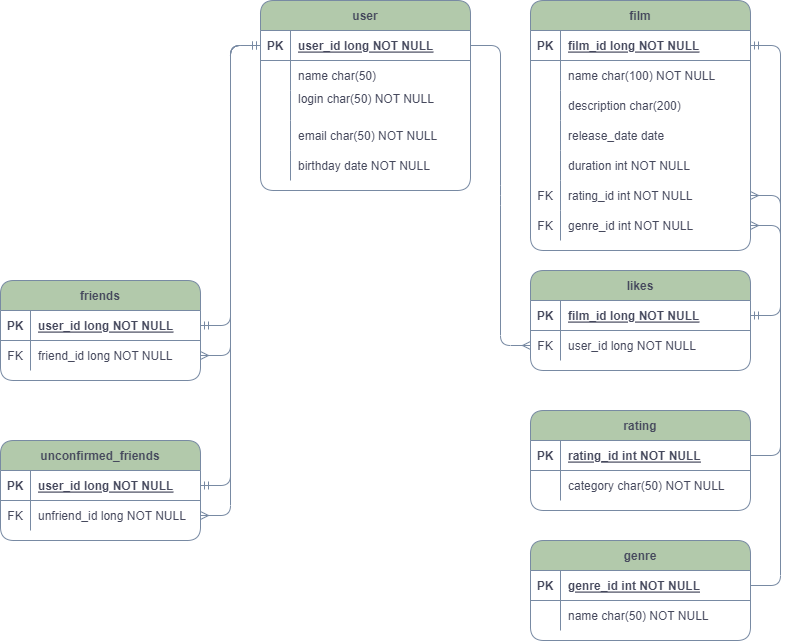
Sergeyvot/java-filmorate keeps this draw.io diagram as src/main/resources/ER_filmorate.png. Above is the earlier version. Source tidied: cells renumbered, new cells last; positions are measured from the earlier drawing's top-left corner, leaving out a move shared by most shapes.
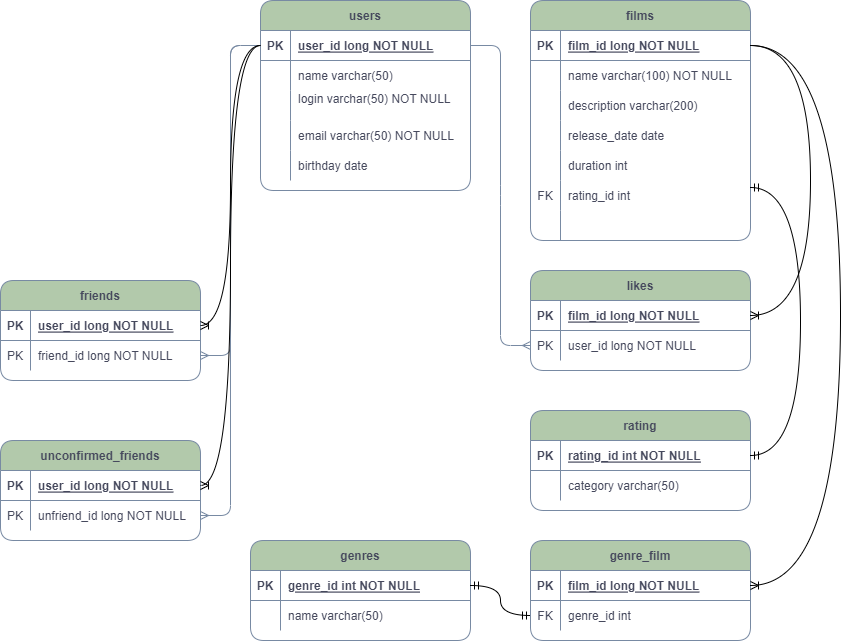
After the commit.

Commit message:
Доработаны рекомендации по пир-ревью

Change to the diagram source:
```diff
@@ -4,4 +4,4 @@
     <mxCell id="1" parent="0" />
-    <mxCell id="2" value="film" style="shape=table;startSize=30;rowLines=0;fontStyle=1;align=center;rounded=1;labelBackgroundColor=none;fillColor=#B2C9AB;strokeColor=#788AA3;fontColor=#46495D;" parent="1" vertex="1">
-      <mxGeometry x="530" width="220" height="250" as="geometry" />
+    <mxCell id="2" value="films" style="shape=table;startSize=30;rowLines=0;fontStyle=1;align=center;rounded=1;labelBackgroundColor=none;fillColor=#B2C9AB;strokeColor=#788AA3;fontColor=#46495D;" parent="1" vertex="1">
+      <mxGeometry x="530" width="220" height="240" as="geometry" />
     </mxCell>
@@ -22,3 +22,3 @@
     </mxCell>
-    <mxCell id="8" value="name char(100) NOT NULL" style="shape=partialRectangle;overflow=hidden;fillColor=none;top=0;left=0;bottom=0;right=0;align=left;spacingLeft=6;rounded=1;labelBackgroundColor=none;strokeColor=#788AA3;fontColor=#46495D;" parent="6" vertex="1">
+    <mxCell id="8" value="name varchar(100) NOT NULL" style="shape=partialRectangle;overflow=hidden;fillColor=none;top=0;left=0;bottom=0;right=0;align=left;spacingLeft=6;rounded=1;labelBackgroundColor=none;strokeColor=#788AA3;fontColor=#46495D;" parent="6" vertex="1">
       <mxGeometry x="30" width="190" height="30" as="geometry" />
@@ -31,3 +31,3 @@
     </mxCell>
-    <mxCell id="11" value="description char(200)" style="shape=partialRectangle;overflow=hidden;fillColor=none;top=0;left=0;bottom=0;right=0;align=left;spacingLeft=6;rounded=1;labelBackgroundColor=none;strokeColor=#788AA3;fontColor=#46495D;" parent="9" vertex="1">
+    <mxCell id="11" value="description varchar(200)" style="shape=partialRectangle;overflow=hidden;fillColor=none;top=0;left=0;bottom=0;right=0;align=left;spacingLeft=6;rounded=1;labelBackgroundColor=none;strokeColor=#788AA3;fontColor=#46495D;" parent="9" vertex="1">
       <mxGeometry x="30" width="190" height="30" as="geometry" />
@@ -49,3 +49,3 @@
     </mxCell>
-    <mxCell id="17" value="duration int NOT NULL" style="shape=partialRectangle;overflow=hidden;fillColor=none;top=0;left=0;bottom=0;right=0;align=left;spacingLeft=6;rounded=1;labelBackgroundColor=none;strokeColor=#788AA3;fontColor=#46495D;" parent="15" vertex="1">
+    <mxCell id="17" value="duration int" style="shape=partialRectangle;overflow=hidden;fillColor=none;top=0;left=0;bottom=0;right=0;align=left;spacingLeft=6;rounded=1;labelBackgroundColor=none;strokeColor=#788AA3;fontColor=#46495D;" parent="15" vertex="1">
       <mxGeometry x="30" width="190" height="30" as="geometry" />
@@ -58,3 +58,3 @@
     </mxCell>
-    <mxCell id="20" value="rating_id int NOT NULL" style="shape=partialRectangle;overflow=hidden;fillColor=none;top=0;left=0;bottom=0;right=0;align=left;spacingLeft=6;rounded=1;labelBackgroundColor=none;strokeColor=#788AA3;fontColor=#46495D;" parent="18" vertex="1">
+    <mxCell id="20" value="rating_id int " style="shape=partialRectangle;overflow=hidden;fillColor=none;top=0;left=0;bottom=0;right=0;align=left;spacingLeft=6;rounded=1;labelBackgroundColor=none;strokeColor=#788AA3;fontColor=#46495D;" parent="18" vertex="1">
       <mxGeometry x="30" width="190" height="30" as="geometry" />
@@ -64,9 +64,9 @@
     </mxCell>
-    <mxCell id="22" value="FK" style="shape=partialRectangle;overflow=hidden;fillColor=none;top=0;left=0;bottom=0;right=0;rounded=1;labelBackgroundColor=none;strokeColor=#788AA3;fontColor=#46495D;" parent="21" vertex="1">
+    <mxCell id="22" style="shape=partialRectangle;overflow=hidden;fillColor=none;top=0;left=0;bottom=0;right=0;rounded=1;labelBackgroundColor=none;strokeColor=#788AA3;fontColor=#46495D;" parent="21" vertex="1">
       <mxGeometry width="30" height="30" as="geometry" />
     </mxCell>
-    <mxCell id="23" value="genre_id int NOT NULL" style="shape=partialRectangle;overflow=hidden;fillColor=none;top=0;left=0;bottom=0;right=0;align=left;spacingLeft=6;rounded=1;labelBackgroundColor=none;strokeColor=#788AA3;fontColor=#46495D;" parent="21" vertex="1">
+    <mxCell id="23" style="shape=partialRectangle;overflow=hidden;fillColor=none;top=0;left=0;bottom=0;right=0;align=left;spacingLeft=6;rounded=1;labelBackgroundColor=none;strokeColor=#788AA3;fontColor=#46495D;" parent="21" vertex="1">
       <mxGeometry x="30" width="190" height="30" as="geometry" />
     </mxCell>
-    <mxCell id="24" value="genre" style="shape=table;startSize=30;rowLines=0;fontStyle=1;align=center;rounded=1;labelBackgroundColor=none;fillColor=#B2C9AB;strokeColor=#788AA3;fontColor=#46495D;" parent="1" vertex="1">
+    <mxCell id="24" value="genre_film" style="shape=table;startSize=30;rowLines=0;fontStyle=1;align=center;rounded=1;labelBackgroundColor=none;fillColor=#B2C9AB;strokeColor=#788AA3;fontColor=#46495D;" parent="1" vertex="1">
       <mxGeometry x="530" y="540" width="220" height="100" as="geometry" />
@@ -79,3 +79,3 @@
     </mxCell>
-    <mxCell id="27" value="genre_id int NOT NULL " style="shape=partialRectangle;overflow=hidden;fillColor=none;top=0;left=0;bottom=0;right=0;align=left;spacingLeft=6;fontStyle=5;rounded=1;labelBackgroundColor=none;strokeColor=#788AA3;fontColor=#46495D;" parent="25" vertex="1">
+    <mxCell id="27" value="film_id long NOT NULL " style="shape=partialRectangle;overflow=hidden;fillColor=none;top=0;left=0;bottom=0;right=0;align=left;spacingLeft=6;fontStyle=5;rounded=1;labelBackgroundColor=none;strokeColor=#788AA3;fontColor=#46495D;" parent="25" vertex="1">
       <mxGeometry x="30" width="190" height="30" as="geometry" />
@@ -85,9 +85,9 @@
     </mxCell>
-    <mxCell id="29" style="shape=partialRectangle;overflow=hidden;fillColor=none;top=0;left=0;bottom=0;right=0;rounded=1;labelBackgroundColor=none;strokeColor=#788AA3;fontColor=#46495D;" parent="28" vertex="1">
+    <mxCell id="29" value="FK" style="shape=partialRectangle;overflow=hidden;fillColor=none;top=0;left=0;bottom=0;right=0;rounded=1;labelBackgroundColor=none;strokeColor=#788AA3;fontColor=#46495D;" parent="28" vertex="1">
       <mxGeometry width="30" height="30" as="geometry" />
     </mxCell>
-    <mxCell id="30" value="name char(50) NOT NULL" style="shape=partialRectangle;overflow=hidden;fillColor=none;top=0;left=0;bottom=0;right=0;align=left;spacingLeft=6;rounded=1;labelBackgroundColor=none;strokeColor=#788AA3;fontColor=#46495D;" parent="28" vertex="1">
+    <mxCell id="30" value="genre_id int" style="shape=partialRectangle;overflow=hidden;fillColor=none;top=0;left=0;bottom=0;right=0;align=left;spacingLeft=6;rounded=1;labelBackgroundColor=none;strokeColor=#788AA3;fontColor=#46495D;" parent="28" vertex="1">
       <mxGeometry x="30" width="190" height="30" as="geometry" />
     </mxCell>
-    <mxCell id="31" value="user" style="shape=table;startSize=30;rowLines=0;fontStyle=1;align=center;rounded=1;labelBackgroundColor=none;fillColor=#B2C9AB;strokeColor=#788AA3;fontColor=#46495D;" parent="1" vertex="1">
+    <mxCell id="31" value="users" style="shape=table;startSize=30;rowLines=0;fontStyle=1;align=center;rounded=1;labelBackgroundColor=none;fillColor=#B2C9AB;strokeColor=#788AA3;fontColor=#46495D;" parent="1" vertex="1">
       <mxGeometry x="260" width="210" height="190" as="geometry" />
@@ -109,3 +109,3 @@
     </mxCell>
-    <mxCell id="37" value="name char(50) " style="shape=partialRectangle;overflow=hidden;fillColor=none;top=0;left=0;bottom=0;right=0;align=left;spacingLeft=6;rounded=1;labelBackgroundColor=none;strokeColor=#788AA3;fontColor=#46495D;" parent="35" vertex="1">
+    <mxCell id="37" value="name varchar(50) " style="shape=partialRectangle;overflow=hidden;fillColor=none;top=0;left=0;bottom=0;right=0;align=left;spacingLeft=6;rounded=1;labelBackgroundColor=none;strokeColor=#788AA3;fontColor=#46495D;" parent="35" vertex="1">
       <mxGeometry x="30" width="180" height="30" as="geometry" />
@@ -118,3 +118,3 @@
     </mxCell>
-    <mxCell id="40" value="login char(50) NOT NULL&#10; " style="shape=partialRectangle;overflow=hidden;fillColor=none;top=0;left=0;bottom=0;right=0;align=left;spacingLeft=6;verticalAlign=middle;labelPosition=center;verticalLabelPosition=middle;rounded=1;labelBackgroundColor=none;strokeColor=#788AA3;fontColor=#46495D;" parent="38" vertex="1">
+    <mxCell id="40" value="login varchar(50) NOT NULL&#10; " style="shape=partialRectangle;overflow=hidden;fillColor=none;top=0;left=0;bottom=0;right=0;align=left;spacingLeft=6;verticalAlign=middle;labelPosition=center;verticalLabelPosition=middle;rounded=1;labelBackgroundColor=none;strokeColor=#788AA3;fontColor=#46495D;" parent="38" vertex="1">
       <mxGeometry x="30" width="180" height="30" as="geometry" />
@@ -127,3 +127,3 @@
     </mxCell>
-    <mxCell id="43" value="email char(50) NOT NULL " style="shape=partialRectangle;overflow=hidden;fillColor=none;top=0;left=0;bottom=0;right=0;align=left;spacingLeft=6;rounded=1;labelBackgroundColor=none;strokeColor=#788AA3;fontColor=#46495D;" parent="41" vertex="1">
+    <mxCell id="43" value="email varchar(50) NOT NULL " style="shape=partialRectangle;overflow=hidden;fillColor=none;top=0;left=0;bottom=0;right=0;align=left;spacingLeft=6;rounded=1;labelBackgroundColor=none;strokeColor=#788AA3;fontColor=#46495D;" parent="41" vertex="1">
       <mxGeometry x="30" width="180" height="30" as="geometry" />
@@ -136,3 +136,3 @@
     </mxCell>
-    <mxCell id="46" value="birthday date NOT NULL " style="shape=partialRectangle;overflow=hidden;fillColor=none;top=0;left=0;bottom=0;right=0;align=left;spacingLeft=6;rounded=1;labelBackgroundColor=none;strokeColor=#788AA3;fontColor=#46495D;" parent="44" vertex="1">
+    <mxCell id="46" value="birthday date " style="shape=partialRectangle;overflow=hidden;fillColor=none;top=0;left=0;bottom=0;right=0;align=left;spacingLeft=6;rounded=1;labelBackgroundColor=none;strokeColor=#788AA3;fontColor=#46495D;" parent="44" vertex="1">
       <mxGeometry x="30" width="180" height="30" as="geometry" />
@@ -154,3 +154,3 @@
     </mxCell>
-    <mxCell id="52" value="FK" style="shape=partialRectangle;overflow=hidden;fillColor=none;top=0;left=0;bottom=0;right=0;rounded=1;labelBackgroundColor=none;strokeColor=#788AA3;fontColor=#46495D;" parent="51" vertex="1">
+    <mxCell id="52" value="PK" style="shape=partialRectangle;overflow=hidden;fillColor=none;top=0;left=0;bottom=0;right=0;rounded=1;labelBackgroundColor=none;strokeColor=#788AA3;fontColor=#46495D;" parent="51" vertex="1">
       <mxGeometry width="30" height="30" as="geometry" />
@@ -178,3 +178,3 @@
     </mxCell>
-    <mxCell id="60" value="category char(50) NOT NULL" style="shape=partialRectangle;overflow=hidden;fillColor=none;top=0;left=0;bottom=0;right=0;align=left;spacingLeft=6;rounded=1;labelBackgroundColor=none;strokeColor=#788AA3;fontColor=#46495D;" parent="58" vertex="1">
+    <mxCell id="60" value="category varchar(50)" style="shape=partialRectangle;overflow=hidden;fillColor=none;top=0;left=0;bottom=0;right=0;align=left;spacingLeft=6;rounded=1;labelBackgroundColor=none;strokeColor=#788AA3;fontColor=#46495D;" parent="58" vertex="1">
       <mxGeometry x="30" width="190" height="30" as="geometry" />
@@ -196,3 +196,3 @@
     </mxCell>
-    <mxCell id="66" value="FK" style="shape=partialRectangle;overflow=hidden;fillColor=none;top=0;left=0;bottom=0;right=0;rounded=1;labelBackgroundColor=none;strokeColor=#788AA3;fontColor=#46495D;" parent="65" vertex="1">
+    <mxCell id="66" value="PK" style="shape=partialRectangle;overflow=hidden;fillColor=none;top=0;left=0;bottom=0;right=0;rounded=1;labelBackgroundColor=none;strokeColor=#788AA3;fontColor=#46495D;" parent="65" vertex="1">
       <mxGeometry width="30" height="30" as="geometry" />
@@ -217,3 +217,3 @@
     </mxCell>
-    <mxCell id="73" value="FK" style="shape=partialRectangle;overflow=hidden;fillColor=none;top=0;left=0;bottom=0;right=0;rounded=1;labelBackgroundColor=none;strokeColor=#788AA3;fontColor=#46495D;" parent="72" vertex="1">
+    <mxCell id="73" value="PK" style="shape=partialRectangle;overflow=hidden;fillColor=none;top=0;left=0;bottom=0;right=0;rounded=1;labelBackgroundColor=none;strokeColor=#788AA3;fontColor=#46495D;" parent="72" vertex="1">
       <mxGeometry width="30" height="30" as="geometry" />
@@ -223,8 +223,2 @@
     </mxCell>
-    <mxCell id="75" style="edgeStyle=entityRelationEdgeStyle;fontSize=12;html=1;endArrow=ERmandOne;startArrow=ERmandOne;rounded=1;exitX=1;exitY=0.5;exitDx=0;exitDy=0;labelBackgroundColor=none;strokeColor=#788AA3;fontColor=default;entryX=0;entryY=0.5;entryDx=0;entryDy=0;" parent="1" edge="1" source="62" target="32">
-      <mxGeometry relative="1" as="geometry" />
-    </mxCell>
-    <mxCell id="76" style="edgeStyle=entityRelationEdgeStyle;fontSize=12;html=1;endArrow=ERmandOne;startArrow=ERmandOne;rounded=1;entryX=0;entryY=0.5;entryDx=0;entryDy=0;exitX=1;exitY=0.5;exitDx=0;exitDy=0;labelBackgroundColor=none;strokeColor=#788AA3;fontColor=default;" parent="1" edge="1" source="69" target="32">
-      <mxGeometry relative="1" as="geometry" />
-    </mxCell>
     <mxCell id="77" style="edgeStyle=entityRelationEdgeStyle;fontSize=12;html=1;endArrow=ERmany;rounded=1;strokeColor=#788AA3;fontColor=#46495D;fillColor=#B2C9AB;exitX=0;exitY=0.5;exitDx=0;exitDy=0;entryX=1;entryY=0.5;entryDx=0;entryDy=0;" parent="1" edge="1" source="32" target="72">
@@ -238,10 +232,55 @@
     </mxCell>
-    <mxCell id="80" style="edgeStyle=entityRelationEdgeStyle;fontSize=12;html=1;endArrow=ERmany;rounded=1;strokeColor=#788AA3;fontColor=#46495D;fillColor=#B2C9AB;exitX=1;exitY=0.5;exitDx=0;exitDy=0;entryX=1;entryY=0.5;entryDx=0;entryDy=0;" parent="1" edge="1" source="25" target="21">
-      <mxGeometry relative="1" as="geometry" />
-    </mxCell>
-    <mxCell id="81" style="edgeStyle=entityRelationEdgeStyle;fontSize=12;html=1;endArrow=ERmandOne;startArrow=ERmandOne;strokeColor=#788AA3;fontColor=#46495D;fillColor=#B2C9AB;entryX=1;entryY=0.5;entryDx=0;entryDy=0;exitX=1;exitY=0.5;exitDx=0;exitDy=0;rounded=1;" parent="1" edge="1" source="48" target="3">
-      <mxGeometry relative="1" as="geometry" />
-    </mxCell>
+    <mxCell id="83" value="genres" style="shape=table;startSize=30;rowLines=0;fontStyle=1;align=center;rounded=1;labelBackgroundColor=none;fillColor=#B2C9AB;strokeColor=#788AA3;fontColor=#46495D;" parent="1" vertex="1">
+      <mxGeometry x="250" y="540" width="220" height="100" as="geometry" />
+    </mxCell>
+    <mxCell id="84" style="shape=partialRectangle;fillColor=none;points=[[0,0.5],[1,0.5]];portConstraint=eastwest;top=0;left=0;right=0;bottom=1;rounded=1;labelBackgroundColor=none;strokeColor=#788AA3;fontColor=#46495D;" parent="83" vertex="1">
+      <mxGeometry y="30" width="220" height="30" as="geometry" />
+    </mxCell>
+    <mxCell id="85" value="PK" style="shape=partialRectangle;overflow=hidden;fillColor=none;top=0;left=0;bottom=0;right=0;fontStyle=1;rounded=1;labelBackgroundColor=none;strokeColor=#788AA3;fontColor=#46495D;" parent="84" vertex="1">
+      <mxGeometry width="30" height="30" as="geometry" />
+    </mxCell>
+    <mxCell id="86" value="genre_id int NOT NULL " style="shape=partialRectangle;overflow=hidden;fillColor=none;top=0;left=0;bottom=0;right=0;align=left;spacingLeft=6;fontStyle=5;rounded=1;labelBackgroundColor=none;strokeColor=#788AA3;fontColor=#46495D;" parent="84" vertex="1">
+      <mxGeometry x="30" width="190" height="30" as="geometry" />
+    </mxCell>
+    <mxCell id="87" style="shape=partialRectangle;fillColor=none;top=0;left=0;right=0;bottom=0;rounded=1;labelBackgroundColor=none;strokeColor=#788AA3;fontColor=#46495D;" parent="83" vertex="1">
+      <mxGeometry y="60" width="220" height="30" as="geometry" />
+    </mxCell>
+    <mxCell id="88" style="shape=partialRectangle;overflow=hidden;fillColor=none;top=0;left=0;bottom=0;right=0;rounded=1;labelBackgroundColor=none;strokeColor=#788AA3;fontColor=#46495D;" parent="87" vertex="1">
+      <mxGeometry width="30" height="30" as="geometry" />
+    </mxCell>
+    <mxCell id="89" value="name varchar(50)" style="shape=partialRectangle;overflow=hidden;fillColor=none;top=0;left=0;bottom=0;right=0;align=left;spacingLeft=6;rounded=1;labelBackgroundColor=none;strokeColor=#788AA3;fontColor=#46495D;" parent="87" vertex="1">
+      <mxGeometry x="30" width="190" height="30" as="geometry" />
+    </mxCell>
+    <mxCell id="90" style="edgeStyle=orthogonalEdgeStyle;fontSize=12;html=1;endArrow=ERmandOne;startArrow=ERmandOne;rounded=0;entryX=0;entryY=0.5;entryDx=0;entryDy=0;exitX=1;exitY=0.5;exitDx=0;exitDy=0;curved=1;" parent="1" edge="1" source="84" target="28">
+      <mxGeometry relative="1" as="geometry" />
+    </mxCell>
+    <mxCell id="91" style="edgeStyle=orthogonalEdgeStyle;fontSize=12;html=1;endArrow=ERoneToMany;rounded=0;entryX=1;entryY=0.5;entryDx=0;entryDy=0;exitX=0;exitY=0.5;exitDx=0;exitDy=0;curved=1;" parent="1" edge="1" source="32" target="62">
+      <mxGeometry relative="1" as="geometry" />
+    </mxCell>
+    <mxCell id="92" style="edgeStyle=orthogonalEdgeStyle;fontSize=12;html=1;endArrow=ERoneToMany;rounded=0;exitX=0;exitY=0.5;exitDx=0;exitDy=0;entryX=1;entryY=0.5;entryDx=0;entryDy=0;curved=1;" parent="1" edge="1" source="32" target="69">
+      <mxGeometry relative="1" as="geometry" />
+    </mxCell>
+    <mxCell id="93" style="edgeStyle=orthogonalEdgeStyle;fontSize=12;html=1;endArrow=ERoneToMany;rounded=0;exitX=1;exitY=0.5;exitDx=0;exitDy=0;entryX=1;entryY=0.5;entryDx=0;entryDy=0;curved=1;" parent="1" edge="1" source="3" target="48">
+      <mxGeometry relative="1" as="geometry">
+        <Array as="points">
+          <mxPoint x="810" y="45" />
+          <mxPoint x="810" y="315" />
+        </Array>
+      </mxGeometry>
+    </mxCell>
+    <mxCell id="94" style="edgeStyle=orthogonalEdgeStyle;fontSize=12;html=1;endArrow=ERoneToMany;rounded=0;exitX=1;exitY=0.5;exitDx=0;exitDy=0;entryX=1;entryY=0.5;entryDx=0;entryDy=0;curved=1;" parent="1" edge="1" source="3" target="25">
+      <mxGeometry relative="1" as="geometry">
+        <Array as="points">
+          <mxPoint x="840" y="45" />
+          <mxPoint x="840" y="585" />
+        </Array>
+      </mxGeometry>
+    </mxCell>
-    <mxCell id="82" style="edgeStyle=entityRelationEdgeStyle;fontSize=12;html=1;endArrow=ERmany;rounded=1;strokeColor=#788AA3;fontColor=#46495D;fillColor=#B2C9AB;exitX=1;exitY=0.5;exitDx=0;exitDy=0;entryX=1;entryY=0.5;entryDx=0;entryDy=0;" parent="1" edge="1" source="55" target="18">
-      <mxGeometry relative="1" as="geometry" />
+    <mxCell id="82" style="edgeStyle=orthogonalEdgeStyle;fontSize=12;html=1;endArrow=ERmandOne;startArrow=ERmandOne;rounded=0;exitX=1;exitY=0.5;exitDx=0;exitDy=0;entryX=1;entryY=0.233;entryDx=0;entryDy=0;entryPerimeter=0;curved=1;" parent="1" edge="1" source="55" target="18">
+      <mxGeometry relative="1" as="geometry">
+        <Array as="points">
+          <mxPoint x="800" y="455" />
+          <mxPoint x="800" y="187" />
+        </Array>
+      </mxGeometry>
     </mxCell>
```
